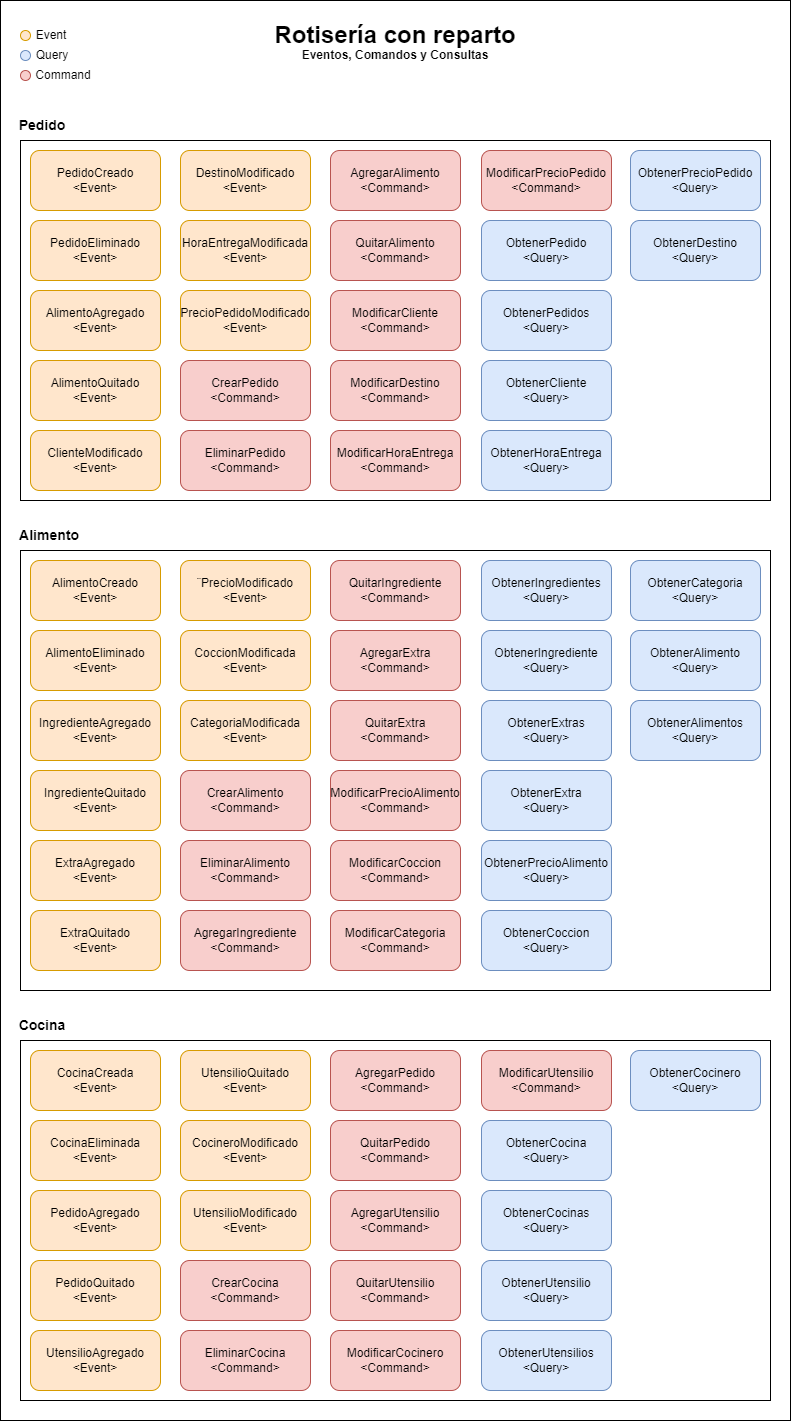
This is Modelo/ModeloRotiseriaDDD-Eventos-Comandos-Consultas.drawio.png from collazomathias/Rotiseria, a draw.io export, as it was before one commit. Source tidied: cells renumbered, new cells last; positions are measured from the earlier drawing's top-left corner, leaving out a move shared by most shapes.
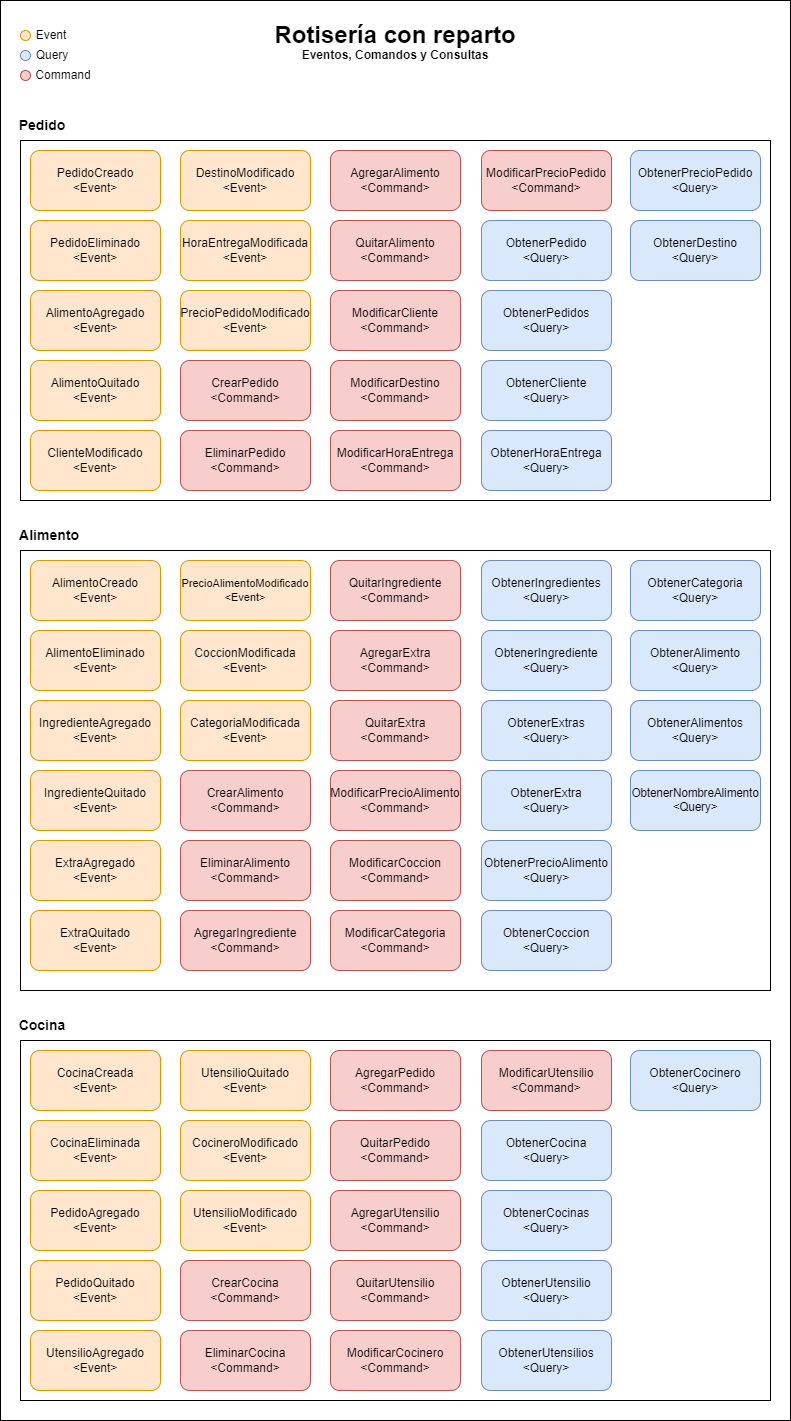
The same diagram one commit later.

What changed in the source:
```diff
@@ -101,7 +101,7 @@
     <mxCell id="34" value="&lt;font style=&quot;font-size: 12px&quot;&gt;ExtraQuitado&lt;br&gt;&amp;lt;Event&amp;gt;&lt;br&gt;&lt;/font&gt;" style="rounded=1;whiteSpace=wrap;html=1;fontSize=7;fillColor=#ffe6cc;strokeColor=#d79b00;" parent="1" vertex="1">
       <mxGeometry x="30" y="910" width="130" height="60" as="geometry" />
     </mxCell>
-    <mxCell id="35" value="&lt;font style=&quot;font-size: 12px&quot;&gt;¨PrecioModificado&lt;br&gt;&amp;lt;Event&amp;gt;&lt;br&gt;&lt;/font&gt;" style="rounded=1;whiteSpace=wrap;html=1;fontSize=7;fillColor=#ffe6cc;strokeColor=#d79b00;" parent="1" vertex="1">
+    <mxCell id="35" value="&lt;font style=&quot;font-size: 11px&quot;&gt;PrecioAlimentoModificado&lt;br&gt;&amp;lt;Event&amp;gt;&lt;br&gt;&lt;/font&gt;" style="rounded=1;whiteSpace=wrap;html=1;fontSize=7;fillColor=#ffe6cc;strokeColor=#d79b00;" parent="1" vertex="1">
       <mxGeometry x="180" y="560" width="130" height="60" as="geometry" />
     </mxCell>
     <mxCell id="36" value="&lt;font style=&quot;font-size: 12px&quot;&gt;AlimentoEliminado&lt;br&gt;&amp;lt;Event&amp;gt;&lt;br&gt;&lt;/font&gt;" style="rounded=1;whiteSpace=wrap;html=1;fontSize=7;fillColor=#ffe6cc;strokeColor=#d79b00;" parent="1" vertex="1">
@@ -257,5 +257,8 @@
     <mxCell id="86" value="&lt;font style=&quot;font-size: 12px&quot;&gt;ObtenerUtensilios&lt;br&gt;&amp;lt;Query&amp;gt;&lt;br&gt;&lt;/font&gt;" style="rounded=1;whiteSpace=wrap;html=1;fontSize=7;fillColor=#dae8fc;strokeColor=#6c8ebf;" parent="1" vertex="1">
       <mxGeometry x="481" y="1330" width="130" height="60" as="geometry" />
     </mxCell>
+    <mxCell id="87" value="&lt;font style=&quot;font-size: 11.5px&quot;&gt;ObtenerNombreAlimento&lt;br&gt;&amp;lt;Query&amp;gt;&lt;br&gt;&lt;/font&gt;" style="rounded=1;whiteSpace=wrap;html=1;fontSize=7;fillColor=#dae8fc;strokeColor=#6c8ebf;" parent="1" vertex="1">
+      <mxGeometry x="630" y="770" width="130" height="60" as="geometry" />
+    </mxCell>
   </root>
 </mxGraphModel>
```
